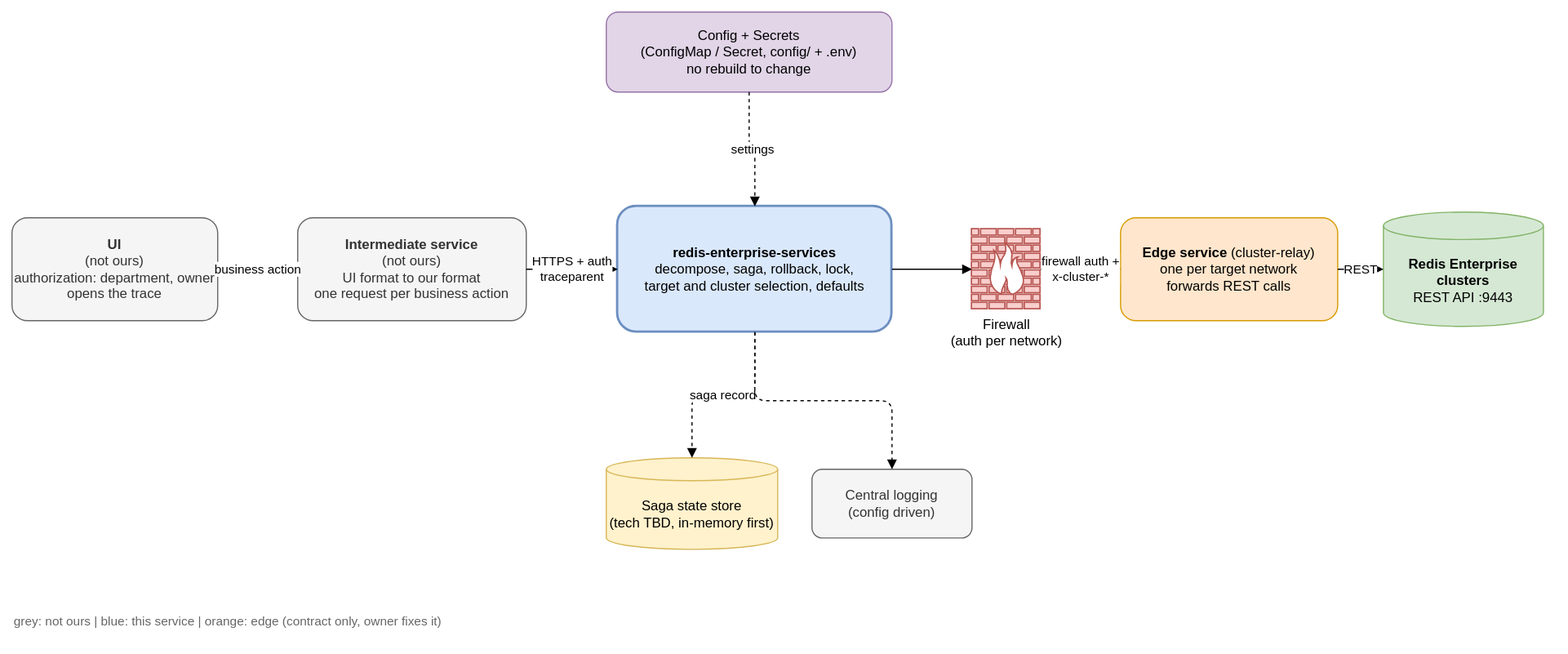
This is docs/dr/diagrams/01-context.drawio.svg from EliShteinman/redis-enterprise-services, a draw.io export, as it was before one commit. Source tidied: cells renumbered, new cells last; positions are measured from the earlier drawing's top-left corner, leaving out a move shared by most shapes. Its diagram source:
```xml
<mxGraphModel>
  <root>
    <mxCell id="0" />
    <mxCell id="1" parent="0" />
    <mxCell id="2" value="&lt;b&gt;UI&lt;/b&gt;&lt;br&gt;(not ours)&lt;br&gt;authorization: department, owner&lt;br&gt;opens the trace" style="rounded=1;whiteSpace=wrap;html=1;fillColor=#f5f5f5;strokeColor=#666666;fontColor=#333333;" parent="1" vertex="1">
      <mxGeometry y="180" width="180" height="90" as="geometry" />
    </mxCell>
    <mxCell id="3" value="&lt;b&gt;Intermediate service&lt;/b&gt;&lt;br&gt;(not ours)&lt;br&gt;UI format to our format&lt;br&gt;one request per business action" style="rounded=1;whiteSpace=wrap;html=1;fillColor=#f5f5f5;strokeColor=#666666;fontColor=#333333;" parent="1" vertex="1">
      <mxGeometry x="250" y="180" width="200" height="90" as="geometry" />
    </mxCell>
    <mxCell id="4" value="&lt;b&gt;redis-enterprise-services&lt;/b&gt;&lt;br&gt;decompose, saga, rollback, lock,&lt;br&gt;target and cluster selection, defaults" style="rounded=1;whiteSpace=wrap;html=1;fillColor=#dae8fc;strokeColor=#6c8ebf;fontColor=#000000;strokeWidth=2;" parent="1" vertex="1">
      <mxGeometry x="530" y="170" width="240" height="110" as="geometry" />
    </mxCell>
    <mxCell id="5" value="Firewall&lt;br&gt;(auth per network)" style="shape=mxgraph.networks.firewall;html=1;fillColor=#f8cecc;strokeColor=#b85450;fontColor=#000000;verticalLabelPosition=bottom;verticalAlign=top;" parent="1" vertex="1">
      <mxGeometry x="840" y="190" width="60" height="70" as="geometry" />
    </mxCell>
    <mxCell id="6" value="&lt;b&gt;Edge service&lt;/b&gt; (cluster-relay)&lt;br&gt;one per target network&lt;br&gt;forwards REST calls" style="rounded=1;whiteSpace=wrap;html=1;fillColor=#ffe6cc;strokeColor=#d79b00;fontColor=#000000;" parent="1" vertex="1">
      <mxGeometry x="970" y="180" width="190" height="90" as="geometry" />
    </mxCell>
    <mxCell id="7" value="&lt;b&gt;Redis Enterprise clusters&lt;/b&gt;&lt;br&gt;REST API :9443" style="shape=cylinder3;whiteSpace=wrap;html=1;boundedLbl=1;size=12;fillColor=#d5e8d4;strokeColor=#82b366;fontColor=#000000;" parent="1" vertex="1">
      <mxGeometry x="1200" y="175" width="140" height="100" as="geometry" />
    </mxCell>
    <mxCell id="8" value="Saga state store&lt;br&gt;(tech TBD, in-memory first)" style="shape=cylinder3;whiteSpace=wrap;html=1;boundedLbl=1;size=10;fillColor=#fff2cc;strokeColor=#d6b656;fontColor=#000000;" parent="1" vertex="1">
      <mxGeometry x="520" y="390" width="150" height="80" as="geometry" />
    </mxCell>
    <mxCell id="9" value="Config + Secrets&lt;br&gt;(ConfigMap / Secret, config/ + .env)&lt;br&gt;no rebuild to change" style="rounded=1;whiteSpace=wrap;html=1;fillColor=#e1d5e7;strokeColor=#9673a6;fontColor=#000000;" parent="1" vertex="1">
      <mxGeometry x="520" width="250" height="70" as="geometry" />
    </mxCell>
    <mxCell id="10" value="Central logging&lt;br&gt;(config driven)" style="rounded=1;whiteSpace=wrap;html=1;fillColor=#f5f5f5;strokeColor=#666666;fontColor=#333333;" parent="1" vertex="1">
      <mxGeometry x="700" y="400" width="140" height="60" as="geometry" />
    </mxCell>
    <mxCell id="11" value="business action" style="edgeStyle=orthogonalEdgeStyle;html=1;endArrow=block;" parent="1" edge="1" source="2" target="3">
      <mxGeometry relative="1" as="geometry" />
    </mxCell>
    <mxCell id="12" value="HTTPS + auth&lt;br&gt;traceparent" style="edgeStyle=orthogonalEdgeStyle;html=1;endArrow=block;" parent="1" edge="1" source="3" target="4">
      <mxGeometry relative="1" as="geometry" />
    </mxCell>
    <mxCell id="13" style="edgeStyle=orthogonalEdgeStyle;html=1;endArrow=block;" parent="1" edge="1" source="4" target="5">
      <mxGeometry relative="1" as="geometry" />
    </mxCell>
    <mxCell id="14" value="firewall auth +&lt;br&gt;x-cluster-*" style="edgeStyle=orthogonalEdgeStyle;html=1;endArrow=block;" parent="1" edge="1" source="5" target="6">
      <mxGeometry relative="1" as="geometry" />
    </mxCell>
    <mxCell id="15" value="REST" style="edgeStyle=orthogonalEdgeStyle;html=1;endArrow=block;" parent="1" edge="1" source="6" target="7">
      <mxGeometry relative="1" as="geometry" />
    </mxCell>
    <mxCell id="16" value="saga record" style="edgeStyle=orthogonalEdgeStyle;html=1;endArrow=block;dashed=1;" parent="1" edge="1" source="4" target="8">
      <mxGeometry relative="1" as="geometry" />
    </mxCell>
    <mxCell id="17" value="settings" style="edgeStyle=orthogonalEdgeStyle;html=1;endArrow=block;dashed=1;" parent="1" edge="1" source="9" target="4">
      <mxGeometry relative="1" as="geometry" />
    </mxCell>
    <mxCell id="18" style="edgeStyle=orthogonalEdgeStyle;html=1;endArrow=block;dashed=1;" parent="1" edge="1" source="4" target="10">
      <mxGeometry relative="1" as="geometry" />
    </mxCell>
    <mxCell id="19" value="grey: not ours | blue: this service | orange: edge (contract only, owner fixes it)" style="text;html=1;align=left;fontSize=11;fontColor=#666666;" parent="1" vertex="1">
      <mxGeometry y="520" width="600" height="20" as="geometry" />
    </mxCell>
  </root>
</mxGraphModel>
```
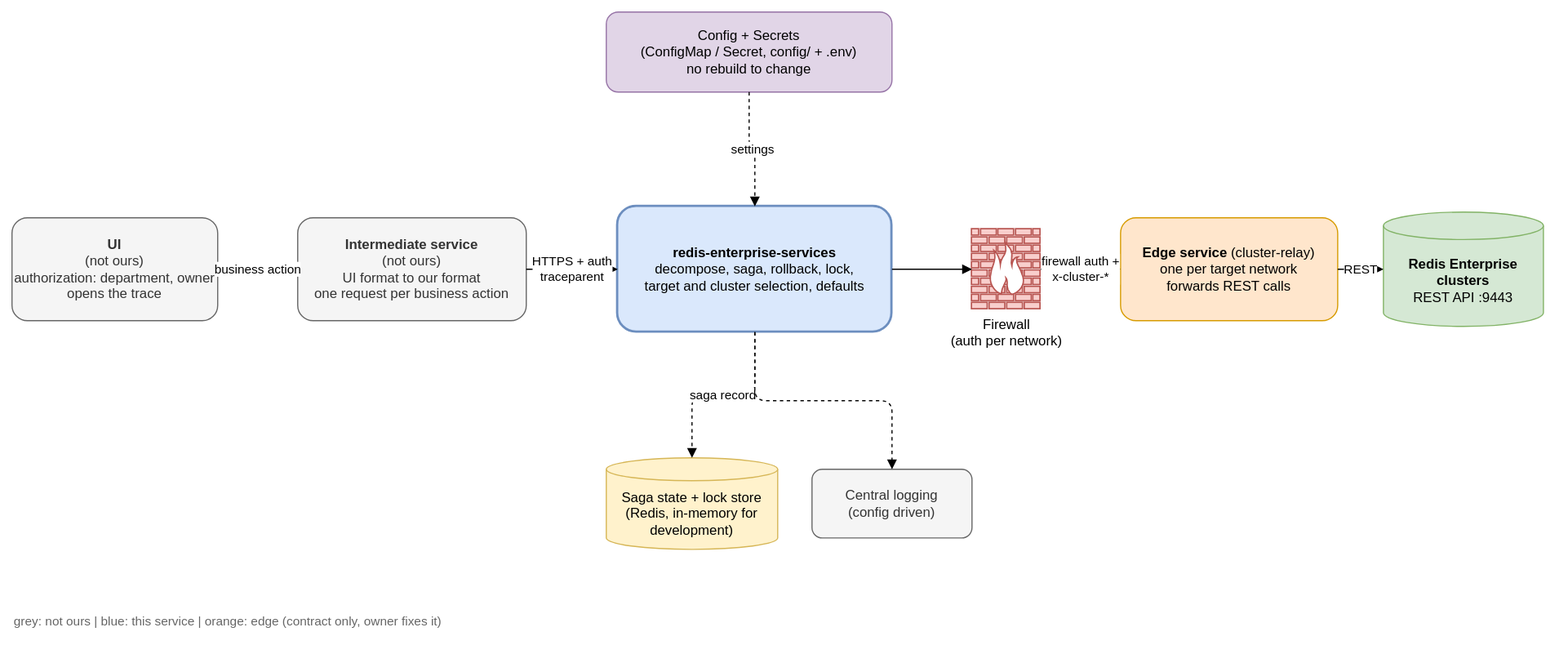
After the commit.

Commit message:
docs(design): Redis holds the saga state and the DB lock

What changed in the source:
```diff
@@ -20,7 +20,7 @@
     <mxCell id="7" value="&lt;b&gt;Redis Enterprise clusters&lt;/b&gt;&lt;br&gt;REST API :9443" style="shape=cylinder3;whiteSpace=wrap;html=1;boundedLbl=1;size=12;fillColor=#d5e8d4;strokeColor=#82b366;fontColor=#000000;" parent="1" vertex="1">
       <mxGeometry x="1200" y="175" width="140" height="100" as="geometry" />
     </mxCell>
-    <mxCell id="8" value="Saga state store&lt;br&gt;(tech TBD, in-memory first)" style="shape=cylinder3;whiteSpace=wrap;html=1;boundedLbl=1;size=10;fillColor=#fff2cc;strokeColor=#d6b656;fontColor=#000000;" parent="1" vertex="1">
+    <mxCell id="8" value="Saga state + lock store&lt;br&gt;(Redis, in-memory for development)" style="shape=cylinder3;whiteSpace=wrap;html=1;boundedLbl=1;size=10;fillColor=#fff2cc;strokeColor=#d6b656;fontColor=#000000;" parent="1" vertex="1">
       <mxGeometry x="520" y="390" width="150" height="80" as="geometry" />
     </mxCell>
     <mxCell id="9" value="Config + Secrets&lt;br&gt;(ConfigMap / Secret, config/ + .env)&lt;br&gt;no rebuild to change" style="rounded=1;whiteSpace=wrap;html=1;fillColor=#e1d5e7;strokeColor=#9673a6;fontColor=#000000;" parent="1" vertex="1">
```
